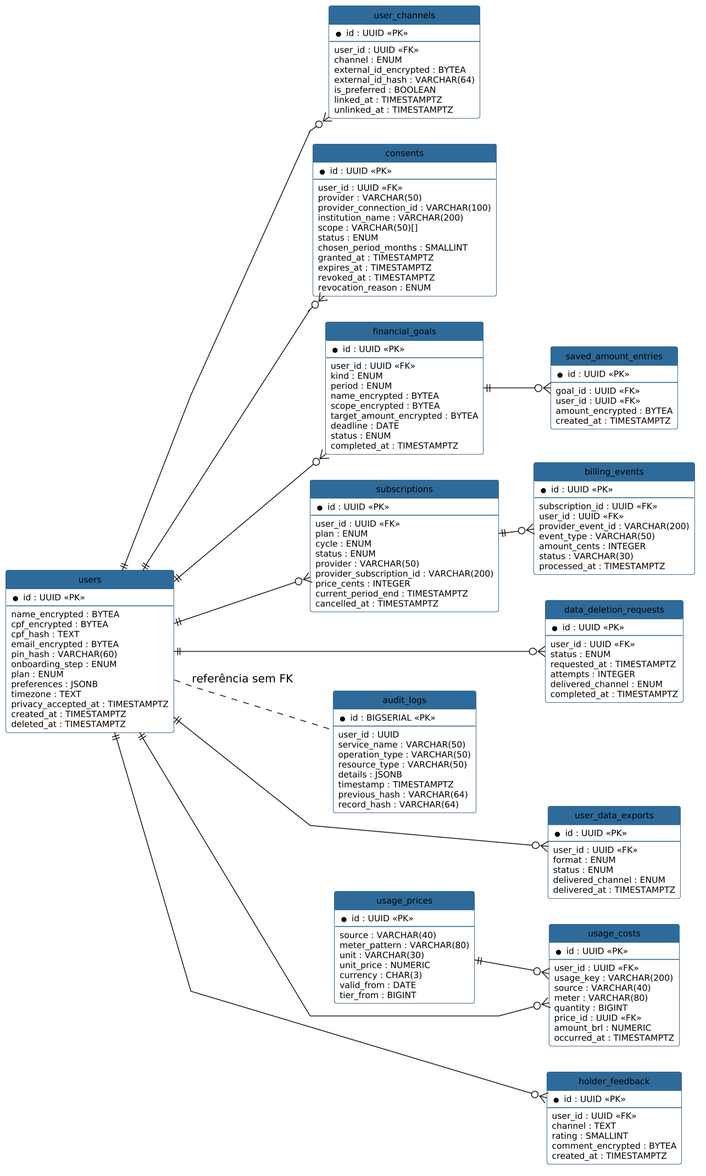
The PlantUML diagram images/mer_postgres.png in eigam-corp/thesis, before a commit. Its diagram source:
```plantuml
@startuml mer_postgres
skinparam defaultFontName Arial
skinparam shadowing false
skinparam dpi 150
skinparam linetype polyline
left to right direction
skinparam nodesep 30
skinparam ranksep 40
hide circle
hide methods
skinparam class {
    BackgroundColor #FFFFFF
    BorderColor #2F5F8A
    HeaderBackgroundColor #2F6B9A
    HeaderFontColor #FFFFFF
    FontSize 11
    AttributeFontSize 10
}

entity users {
    * id : UUID <<PK>>
    --
    name_encrypted : BYTEA
    cpf_encrypted : BYTEA
    cpf_hash : TEXT
    email_encrypted : BYTEA
    pin_hash : VARCHAR(60)
    onboarding_step : ENUM
    plan : ENUM
    preferences : JSONB
    timezone : TEXT
    privacy_accepted_at : TIMESTAMPTZ
    created_at : TIMESTAMPTZ
    deleted_at : TIMESTAMPTZ
}

entity user_channels {
    * id : UUID <<PK>>
    --
    user_id : UUID <<FK>>
    channel : ENUM
    external_id_encrypted : BYTEA
    external_id_hash : VARCHAR(64)
    is_preferred : BOOLEAN
    linked_at : TIMESTAMPTZ
    unlinked_at : TIMESTAMPTZ
}

entity consents {
    * id : UUID <<PK>>
    --
    user_id : UUID <<FK>>
    provider : VARCHAR(50)
    provider_connection_id : VARCHAR(100)
    institution_name : VARCHAR(200)
    scope : VARCHAR(50)[]
    status : ENUM
    chosen_period_months : SMALLINT
    granted_at : TIMESTAMPTZ
    expires_at : TIMESTAMPTZ
    revoked_at : TIMESTAMPTZ
    revocation_reason : ENUM
}

entity financial_goals {
    * id : UUID <<PK>>
    --
    user_id : UUID <<FK>>
    kind : ENUM
    period : ENUM
    name_encrypted : BYTEA
    scope_encrypted : BYTEA
    target_amount_encrypted : BYTEA
    deadline : DATE
    status : ENUM
    completed_at : TIMESTAMPTZ
}

entity saved_amount_entries {
    * id : UUID <<PK>>
    --
    goal_id : UUID <<FK>>
    user_id : UUID <<FK>>
    amount_encrypted : BYTEA
    created_at : TIMESTAMPTZ
}

entity subscriptions {
    * id : UUID <<PK>>
    --
    user_id : UUID <<FK>>
    plan : ENUM
    cycle : ENUM
    status : ENUM
    provider : VARCHAR(50)
    provider_subscription_id : VARCHAR(200)
    price_cents : INTEGER
    current_period_end : TIMESTAMPTZ
    cancelled_at : TIMESTAMPTZ
}

entity billing_events {
    * id : UUID <<PK>>
    --
    subscription_id : UUID <<FK>>
    user_id : UUID <<FK>>
    provider_event_id : VARCHAR(200)
    event_type : VARCHAR(50)
    amount_cents : INTEGER
    status : VARCHAR(30)
    processed_at : TIMESTAMPTZ
}

entity usage_costs {
    * id : UUID <<PK>>
    --
    user_id : UUID <<FK>>
    usage_key : VARCHAR(200)
    source : VARCHAR(40)
    meter : VARCHAR(80)
    quantity : BIGINT
    price_id : UUID <<FK>>
    amount_brl : NUMERIC
    occurred_at : TIMESTAMPTZ
}

entity usage_prices {
    * id : UUID <<PK>>
    --
    source : VARCHAR(40)
    meter_pattern : VARCHAR(80)
    unit : VARCHAR(30)
    unit_price : NUMERIC
    currency : CHAR(3)
    valid_from : DATE
    tier_from : BIGINT
}

entity audit_logs {
    * id : BIGSERIAL <<PK>>
    --
    user_id : UUID
    service_name : VARCHAR(50)
    operation_type : VARCHAR(50)
    resource_type : VARCHAR(50)
    details : JSONB
    timestamp : TIMESTAMPTZ
    previous_hash : VARCHAR(64)
    record_hash : VARCHAR(64)
}

entity data_deletion_requests {
    * id : UUID <<PK>>
    --
    user_id : UUID <<FK>>
    status : ENUM
    requested_at : TIMESTAMPTZ
    attempts : INTEGER
    delivered_channel : ENUM
    completed_at : TIMESTAMPTZ
}

entity user_data_exports {
    * id : UUID <<PK>>
    --
    user_id : UUID <<FK>>
    format : ENUM
    status : ENUM
    delivered_channel : ENUM
    delivered_at : TIMESTAMPTZ
}

entity holder_feedback {
    * id : UUID <<PK>>
    --
    user_id : UUID <<FK>>
    channel : TEXT
    rating : SMALLINT
    comment_encrypted : BYTEA
    created_at : TIMESTAMPTZ
}

users ||--o{ user_channels
users ||--o{ consents
users ||--o{ financial_goals
financial_goals ||--o{ saved_amount_entries
users ||--o{ subscriptions
subscriptions ||--o{ billing_events
usage_prices ||--o{ usage_costs
users ||---o{ usage_costs
users ||---o{ data_deletion_requests
users ||---o{ user_data_exports
users ||---o{ holder_feedback
users .. audit_logs : referência sem FK
@enduml
```
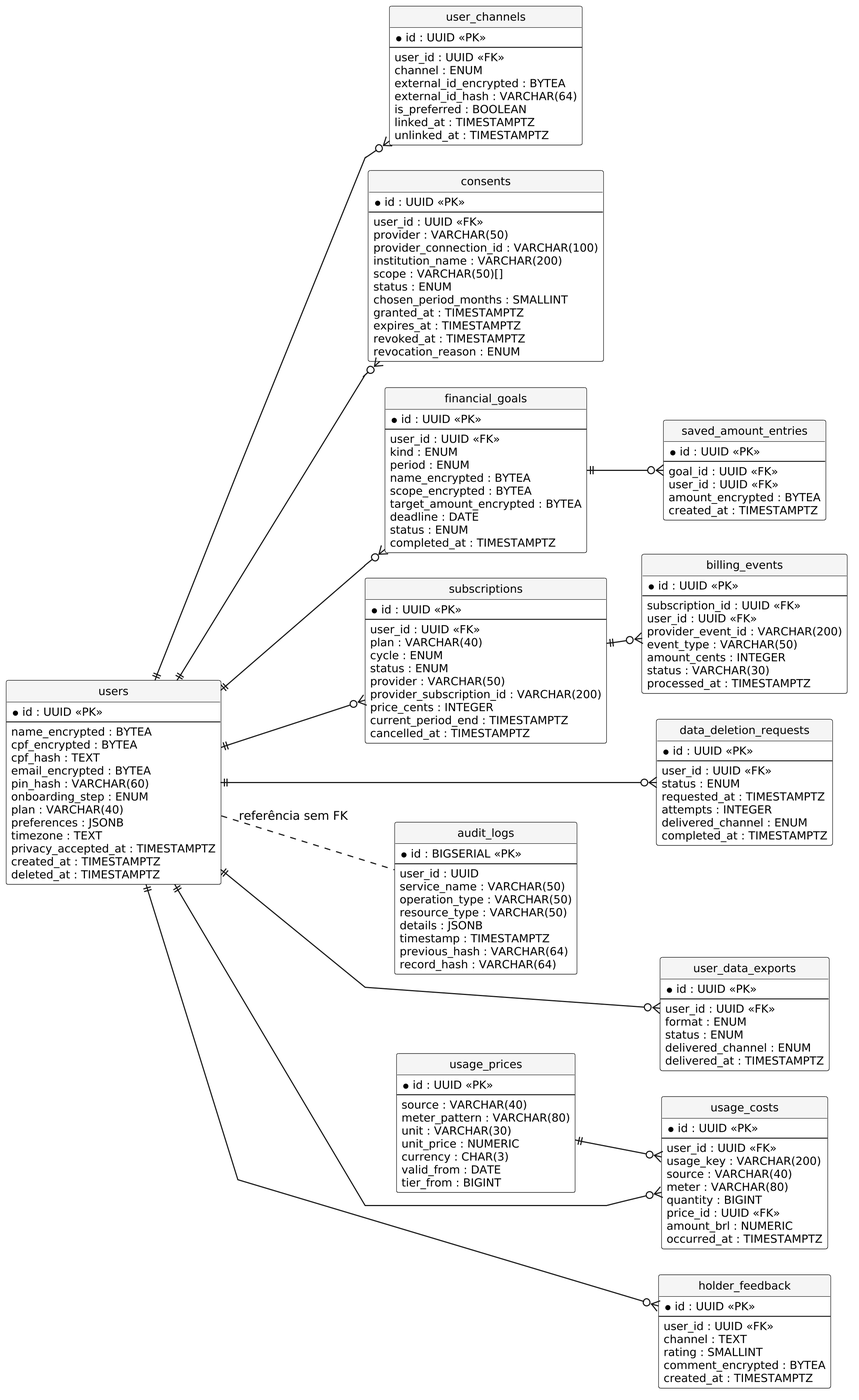
After the change.

Diff of the diagram source:
```diff
@@ -1,7 +1,10 @@
 @startuml mer_postgres
-skinparam defaultFontName Arial
+skinparam defaultFontName "DejaVu Sans"
 skinparam shadowing false
-skinparam dpi 150
+skinparam monochrome true
+skinparam dpi 220
+skinparam defaultFontSize 14
+skinparam ArrowThickness 1.3
 skinparam linetype polyline
 left to right direction
 skinparam nodesep 30
@@ -9,12 +12,12 @@
 hide circle
 hide methods
 skinparam class {
-    BackgroundColor #FFFFFF
-    BorderColor #2F5F8A
-    HeaderBackgroundColor #2F6B9A
-    HeaderFontColor #FFFFFF
-    FontSize 11
-    AttributeFontSize 10
+    BackgroundColor White
+    BorderColor Black
+    HeaderBackgroundColor WhiteSmoke
+    HeaderFontColor Black
+    FontSize 14
+    AttributeFontSize 13
 }
 
 entity users {
@@ -26,7 +29,7 @@
     email_encrypted : BYTEA
     pin_hash : VARCHAR(60)
     onboarding_step : ENUM
-    plan : ENUM
+    plan : VARCHAR(40)
     preferences : JSONB
     timezone : TEXT
     privacy_accepted_at : TIMESTAMPTZ
@@ -89,7 +92,7 @@
     * id : UUID <<PK>>
     --
     user_id : UUID <<FK>>
-    plan : ENUM
+    plan : VARCHAR(40)
     cycle : ENUM
     status : ENUM
     provider : VARCHAR(50)
```
